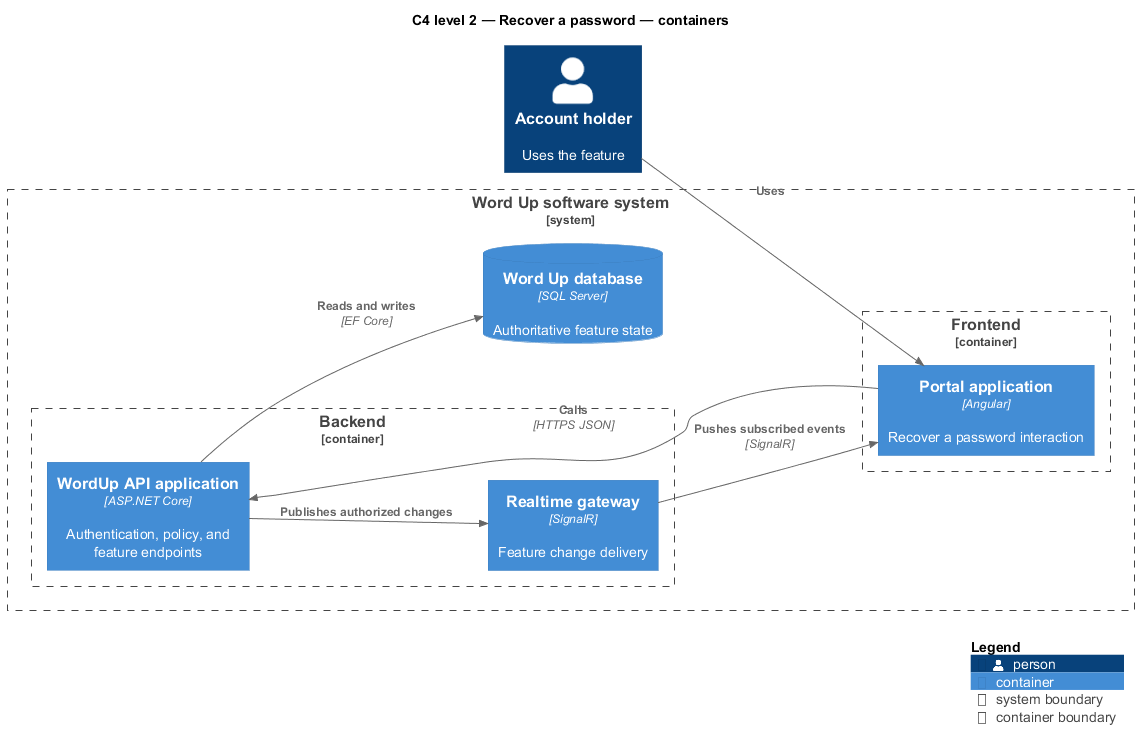
Before: docs/detailed-designs/authentication/recover-password/diagrams/c4-container.png, a diagram exported from PlantUML (QuinntyneBrown/waypoint). Its diagram source:
```plantuml
@startuml
!include <C4/C4_Component>
LAYOUT_LEFT_RIGHT()
title C4 level 2 — Recover a password — containers
Person(primary, "Account holder", "Uses the feature")
System_Boundary(wordup, "Word Up software system") {
  Container_Boundary(frontend, "Frontend") {
    Container(app1, "Portal application", "Angular", "Recover a password interaction")
  }
  Container_Boundary(backend, "Backend") {
    Container(api, "WordUp API application", "ASP.NET Core", "Authentication, policy, and feature endpoints")
    Container(realtime, "Realtime gateway", "SignalR", "Feature change delivery")
  }
  ContainerDb(db, "Word Up database", "SQL Server", "Authoritative feature state")
}
Rel(primary, app1, "Uses")
Rel(app1, api, "Calls", "HTTPS JSON")
Rel(api, db, "Reads and writes", "EF Core")
Rel(api, realtime, "Publishes authorized changes")
Rel(realtime, app1, "Pushes subscribed events", "SignalR")
SHOW_LEGEND()
@enduml
```
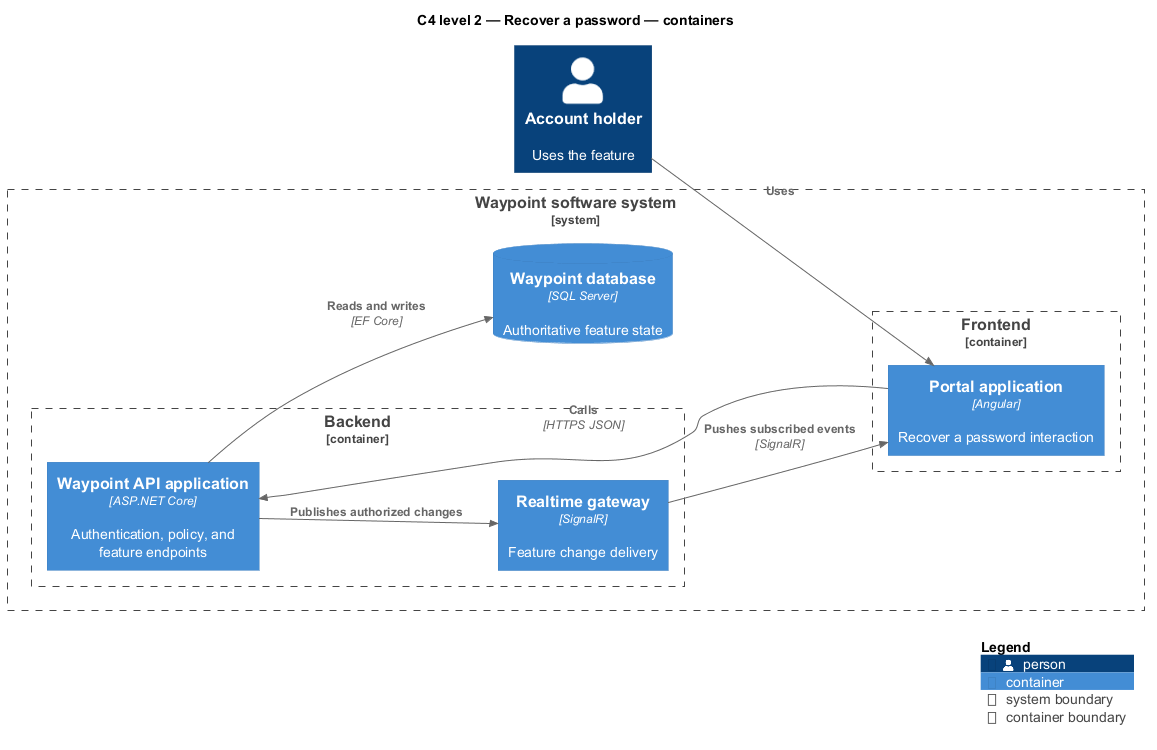
After the change.

Diff of the diagram source:
```diff
@@ -3,15 +3,15 @@
 LAYOUT_LEFT_RIGHT()
 title C4 level 2 — Recover a password — containers
 Person(primary, "Account holder", "Uses the feature")
-System_Boundary(wordup, "Word Up software system") {
+System_Boundary(waypoint, "Waypoint software system") {
   Container_Boundary(frontend, "Frontend") {
     Container(app1, "Portal application", "Angular", "Recover a password interaction")
   }
   Container_Boundary(backend, "Backend") {
-    Container(api, "WordUp API application", "ASP.NET Core", "Authentication, policy, and feature endpoints")
+    Container(api, "Waypoint API application", "ASP.NET Core", "Authentication, policy, and feature endpoints")
     Container(realtime, "Realtime gateway", "SignalR", "Feature change delivery")
   }
-  ContainerDb(db, "Word Up database", "SQL Server", "Authoritative feature state")
+  ContainerDb(db, "Waypoint database", "SQL Server", "Authoritative feature state")
 }
 Rel(primary, app1, "Uses")
 Rel(app1, api, "Calls", "HTTPS JSON")
```
